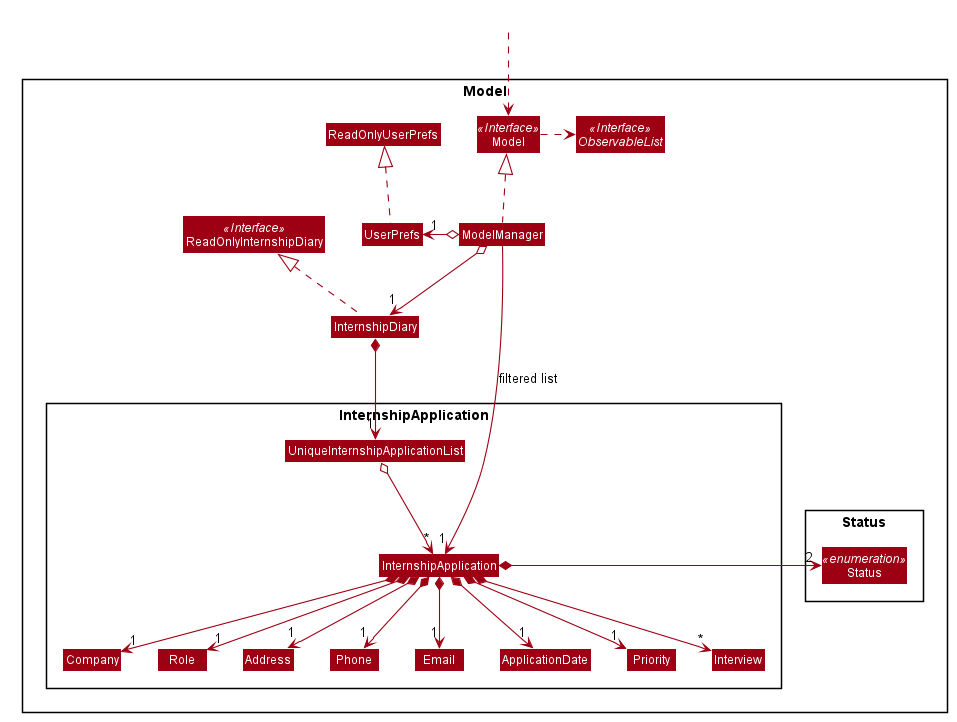
This is docs/images/ModelClassDiagram.png from wxwxwxwx9/main, a PlantUML export, as it was before one commit.
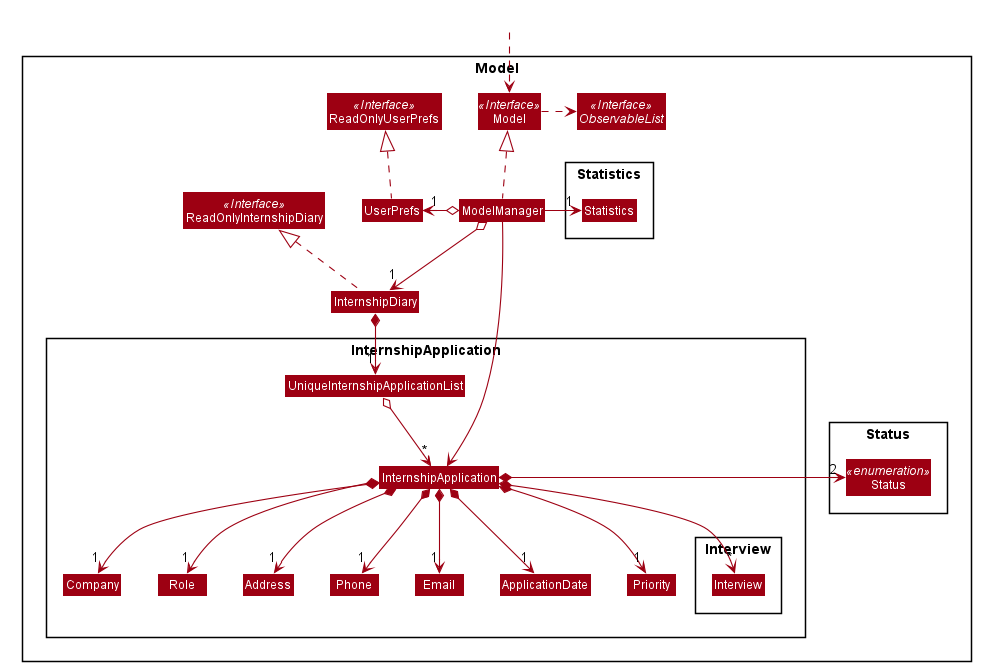
The same diagram one commit later.

Commit message:
Update model class diagram

What changed in the source:
```diff
@@ -61,7 +61,11 @@
 Class Model
 Class ModelManager
 Class UserPrefs
-Class ReadOnlyUserPrefs
+Class ReadOnlyUserPrefs <<Interface>>
+
+Package Statistics {
+Class Statistics
+}
 
 Package InternshipApplication {
 Class InternshipApplication
@@ -73,7 +77,9 @@
 Class ApplicationDate
 Class UniqueInternshipApplicationList
 Class Priority
+Package Interview {
 Class Interview
+}
 }
 
 Package Status {
@@ -109,5 +115,7 @@
 Address -[hidden]right-> Phone
 Phone -[hidden]right-> Email
 
-ModelManager -->"1" InternshipApplication : filtered list
+
+ModelManager --> InternshipApplication
+ModelManager -right-> "1" Statistics
 @enduml
```
